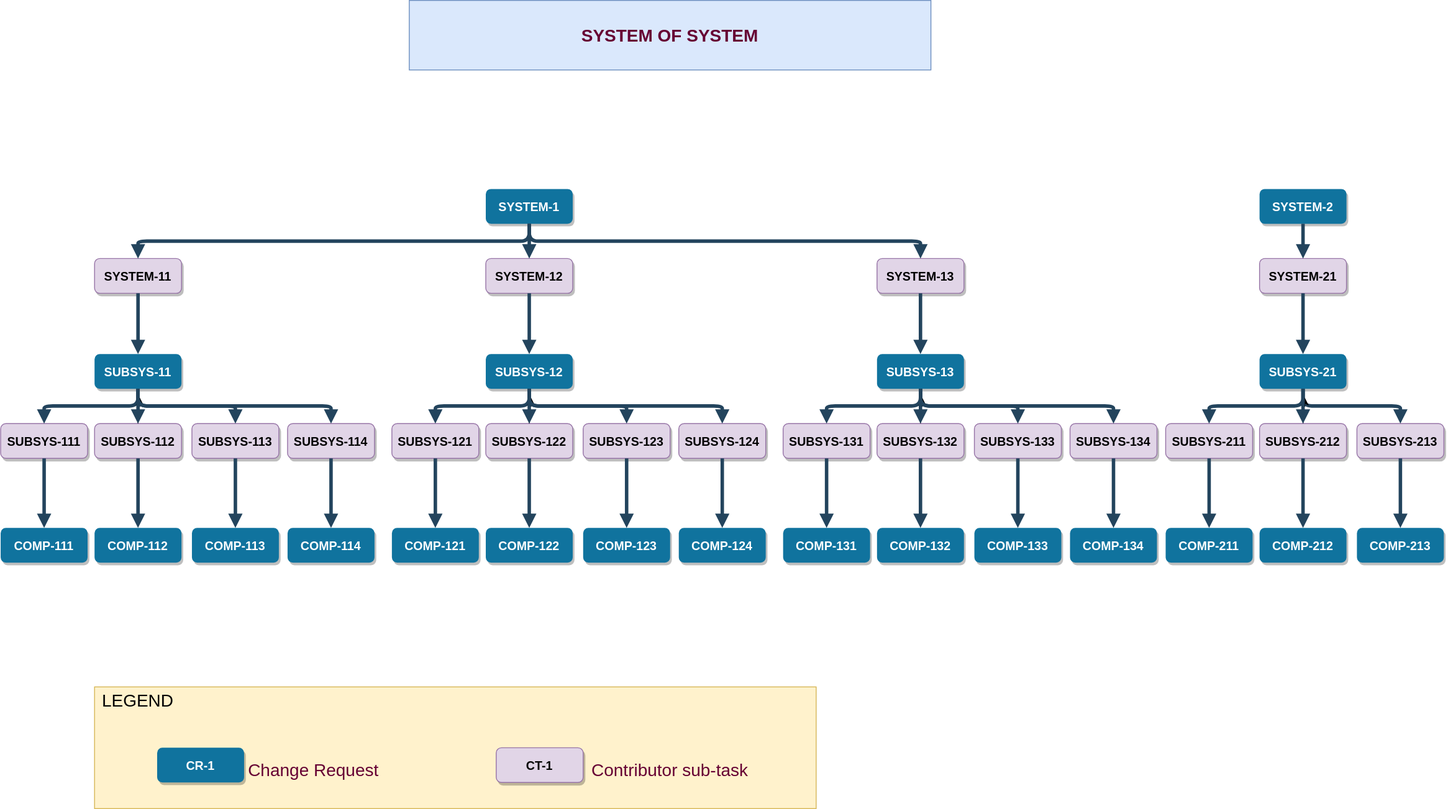
Above: SOS_Rhythm_Contributions.svg in alaindelanay/drawings (draw.io), before the change. Source tidied: cells renumbered, new cells last; positions are measured from the earlier drawing's top-left corner, leaving out a move shared by most shapes.
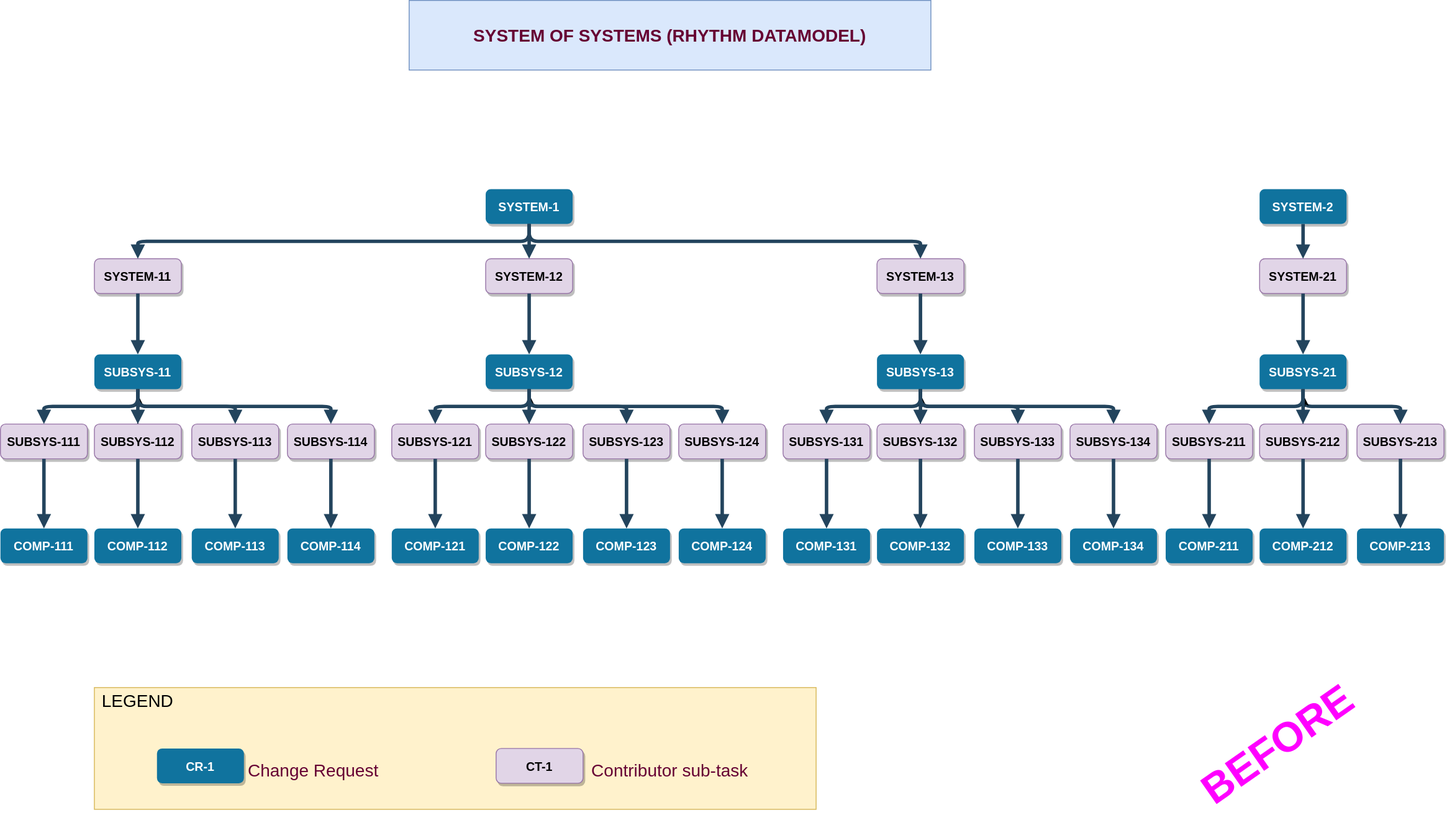
The same diagram one commit later.

The edit, as a diff of the source:
```diff
@@ -273,7 +273,7 @@
     <mxCell id="84" style="edgeStyle=elbowEdgeStyle;elbow=vertical;strokeWidth=4;endArrow=block;endFill=1;fontStyle=1;strokeColor=#23445D;entryX=0.5;entryY=0;entryDx=0;entryDy=0;exitX=0.5;exitY=1;exitDx=0;exitDy=0;" parent="1" edge="1" source="83" target="67">
       <mxGeometry x="772" y="-97.5" as="geometry" />
     </mxCell>
-    <mxCell id="85" value="SYSTEM OF SYSTEM" style="rounded=0;whiteSpace=wrap;html=1;fillColor=#dae8fc;strokeColor=#6c8ebf;fontSize=20;fontStyle=1;fontColor=#660033;" parent="1" vertex="1">
+    <mxCell id="85" value="SYSTEM OF SYSTEMS (RHYTHM DATAMODEL)" style="rounded=0;whiteSpace=wrap;html=1;fillColor=#dae8fc;strokeColor=#6c8ebf;fontSize=20;fontStyle=1;fontColor=#660033;" parent="1" vertex="1">
       <mxGeometry x="470" width="600" height="80" as="geometry" />
     </mxCell>
     <mxCell id="86" value="CR-1" style="rounded=1;fillColor=#10739E;strokeColor=none;shadow=1;gradientColor=none;fontStyle=1;fontColor=#FFFFFF;fontSize=14;" parent="1" vertex="1">
@@ -291,5 +291,8 @@
     <mxCell id="90" value="LEGEND" style="text;html=1;strokeColor=none;fillColor=none;align=center;verticalAlign=middle;whiteSpace=wrap;rounded=0;fontSize=20;fontColor=#000000;" parent="1" vertex="1">
       <mxGeometry x="128" y="790" width="60" height="30" as="geometry" />
     </mxCell>
+    <mxCell id="91" value="BEFORE&lt;br&gt;" style="text;html=1;strokeColor=none;fillColor=none;align=center;verticalAlign=middle;whiteSpace=wrap;rounded=0;rotation=-35;fontSize=48;fontStyle=1;fontColor=#FF00FF;" parent="1" vertex="1">
+      <mxGeometry x="1370" y="840" width="197.2" height="30" as="geometry" />
+    </mxCell>
   </root>
 </mxGraphModel>
```
